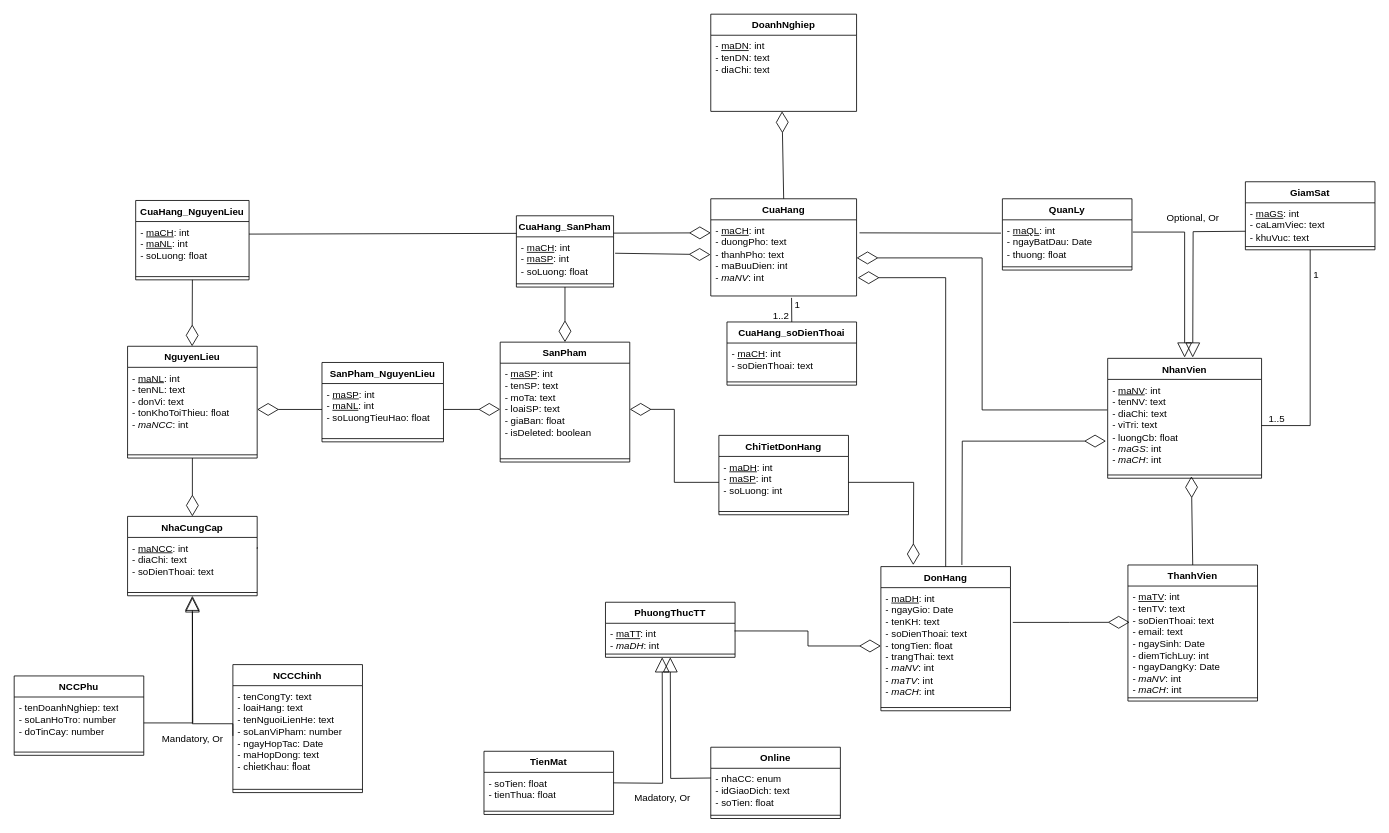
This is coffeeShop.drawio from holedev/ths-csdl, a draw.io file, before an edit. Source tidied: cells renumbered, new cells numbered last; positions are measured from the earlier drawing's top-left corner, leaving out a move shared by most shapes. Both pictures are drawn from the tidied source at 81%, with x=0, y=0 at pixel (14, 14).
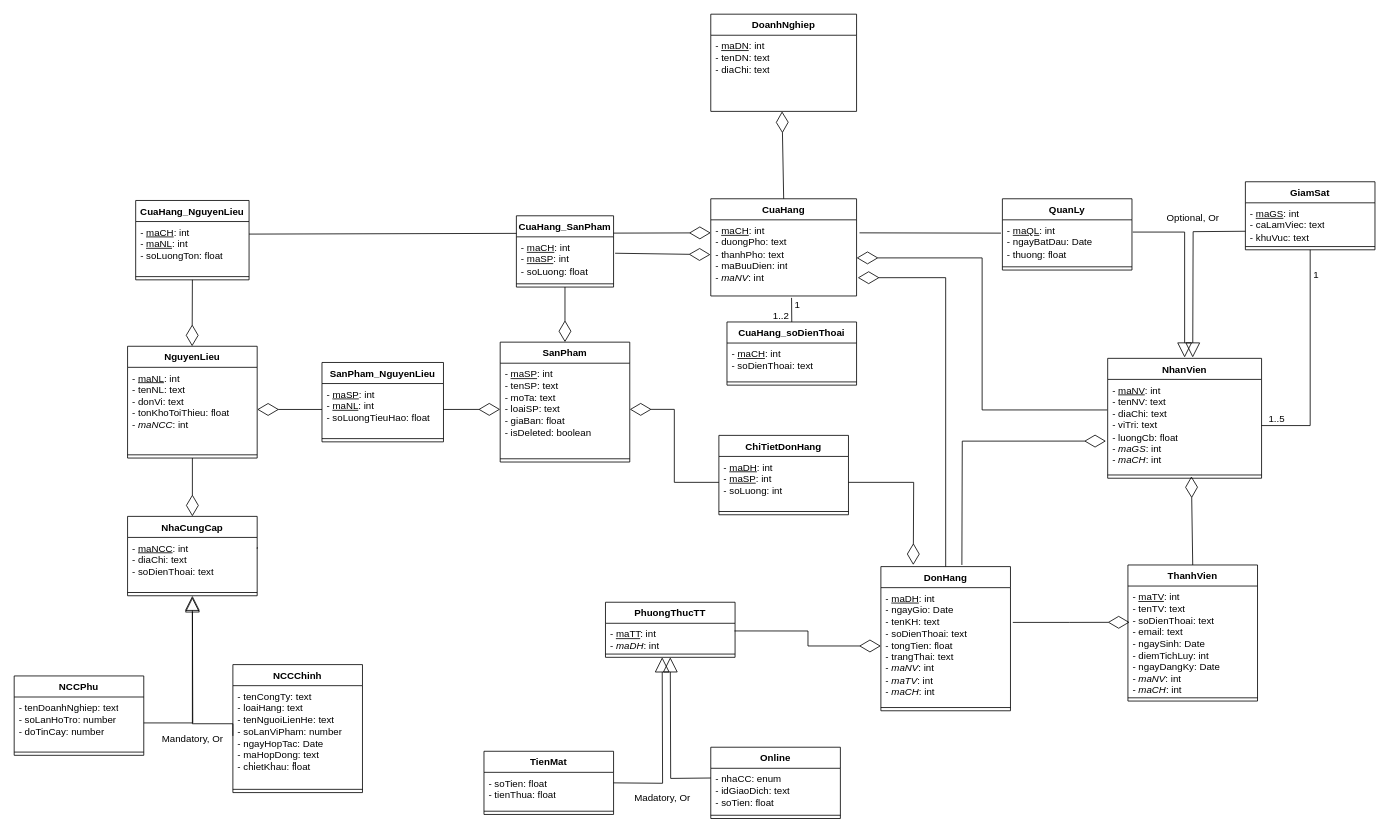
The same diagram, later.

The change refers to these unchanged cells:
```xml
<mxCell id="69" value="CuaHang_NguyenLieu" style="swimlane;fontStyle=1;align=center;verticalAlign=top;horizontal=1;startSize=26;whiteSpace=wrap;html=1;" parent="1" vertex="1">
  <mxGeometry x="150" y="230" width="140" height="98" as="geometry" />
</mxCell>
```

What changed in the source:
```diff
@@
-    <mxCell id="70" value="- &lt;u&gt;maCH&lt;/u&gt;: int&lt;div&gt;- &lt;u&gt;maNL&lt;/u&gt;: int&lt;/div&gt;&lt;div&gt;- soLuong: float&lt;/div&gt;" style="text;strokeColor=none;fillColor=none;align=left;verticalAlign=top;spacingLeft=4;spacingRight=4;overflow=hidden;whiteSpace=wrap;html=1;" parent="69" vertex="1">
+    <mxCell id="70" value="- &lt;u&gt;maCH&lt;/u&gt;: int&lt;div&gt;- &lt;u&gt;maNL&lt;/u&gt;: int&lt;/div&gt;&lt;div&gt;- soLuongTon: float&lt;/div&gt;" style="text;strokeColor=none;fillColor=none;align=left;verticalAlign=top;spacingLeft=4;spacingRight=4;overflow=hidden;whiteSpace=wrap;html=1;" parent="69" vertex="1">
       <mxGeometry y="26" width="140" height="64" as="geometry" />
     </mxCell>
```
